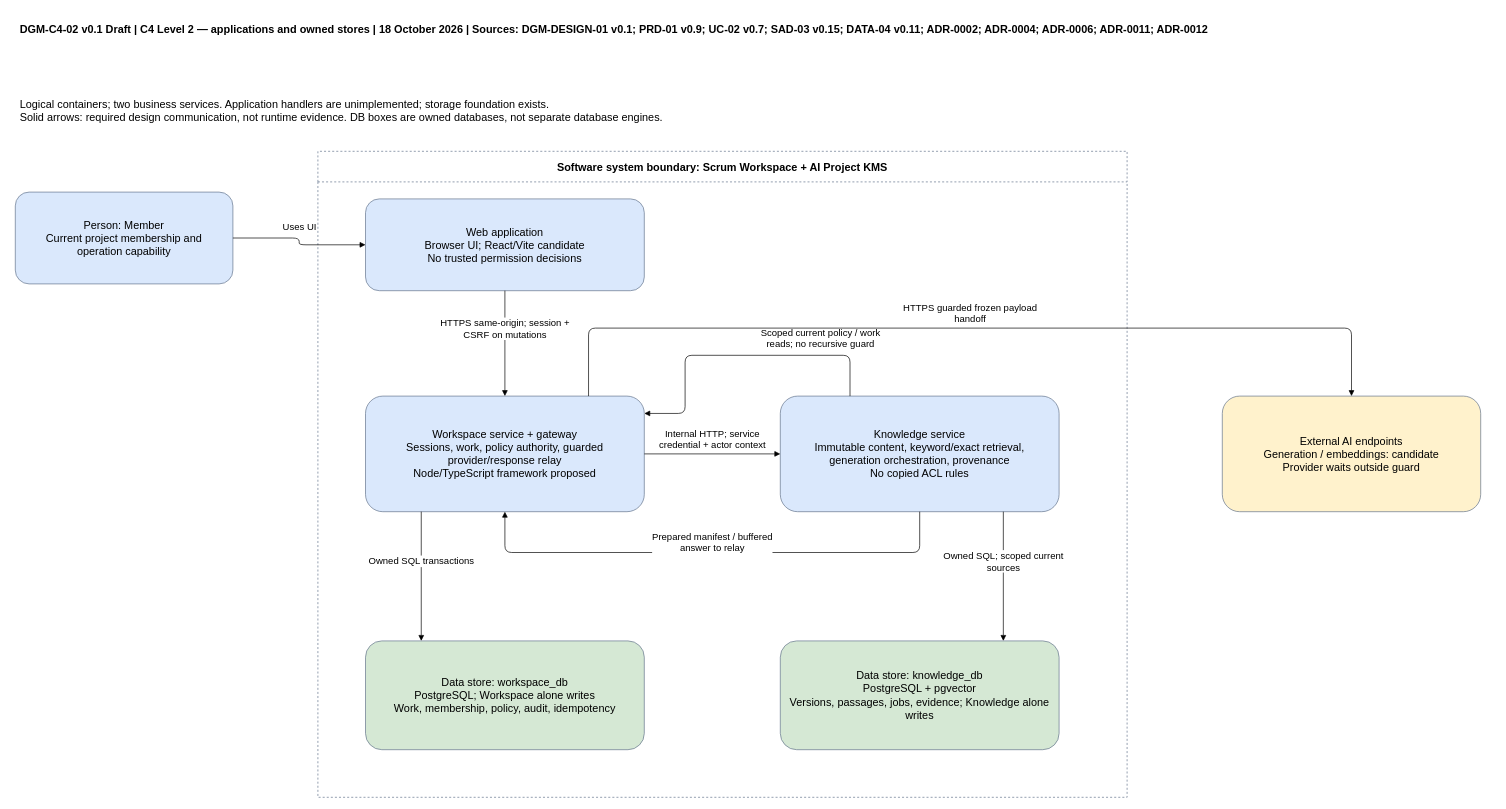
900M100CK/scrum-workspace-KMS-ai keeps this draw.io diagram as docs/sdlc/diagrams/c4/containers.drawio. Above is the earlier version. Source tidied: cells renumbered, new cells numbered last; positions are measured from the earlier drawing's top-left corner, leaving out a move shared by most shapes. Both pictures are drawn from the tidied source at 68%, with x=0, y=0 at pixel (12, 12).
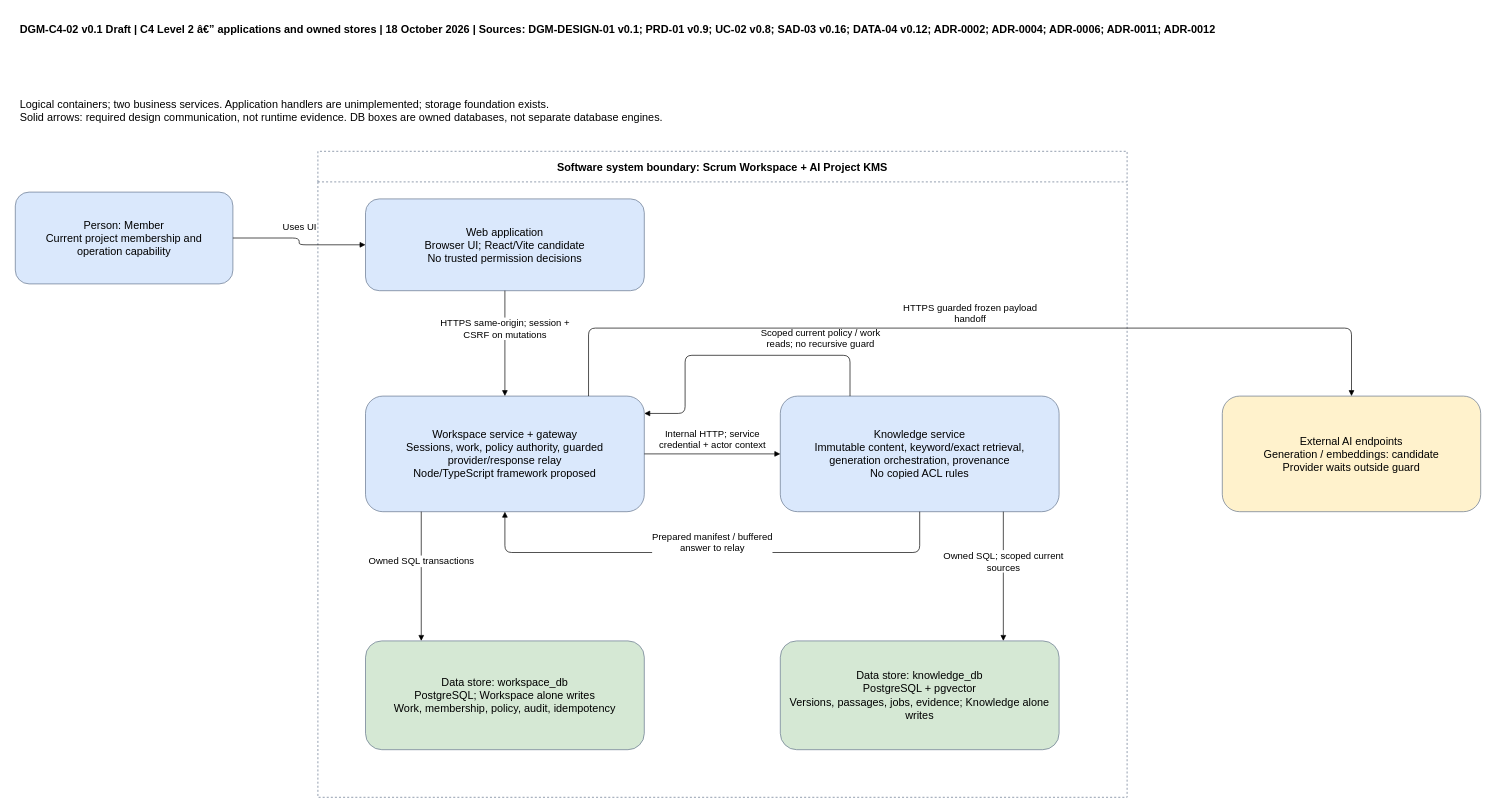
After the change.

Diff of the diagram source:
```diff
@@
-    <mxCell id="18" value="DGM-C4-02 v0.1 Draft | C4 Level 2 — applications and owned stores | 18 October 2026 | Sources: DGM-DESIGN-01 v0.1; PRD-01 v0.9; UC-02 v0.7; SAD-03 v0.15; DATA-04 v0.11; ADR-0002; ADR-0004; ADR-0006; ADR-0011; ADR-0012" style="text;align=left;fontStyle=1;whiteSpace=wrap;html=1;fontSize=16;spacing=12;" parent="1" vertex="1">
+    <mxCell id="18" value="DGM-C4-02 v0.1 Draft | C4 Level 2 â€” applications and owned stores | 18 October 2026 | Sources: DGM-DESIGN-01 v0.1; PRD-01 v0.9; UC-02 v0.8; SAD-03 v0.16; DATA-04 v0.12; ADR-0002; ADR-0004; ADR-0006; ADR-0011; ADR-0012" style="text;align=left;fontStyle=1;whiteSpace=wrap;html=1;fontSize=16;spacing=12;" parent="1" vertex="1">
       <mxGeometry width="2180" height="105" as="geometry" />
     </mxCell>
```
